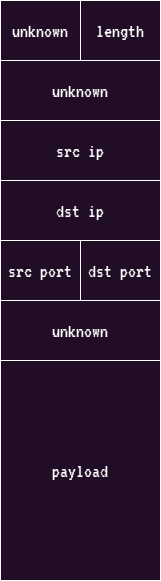
Earlier version of the draw.io export content/post/kernel_exploit_i/img/5.drawio.png (Kvn11/Kvn11.github.io). Source tidied: cells renumbered, new cells last; positions are measured from the earlier drawing's top-left corner, leaving out a move shared by most shapes.
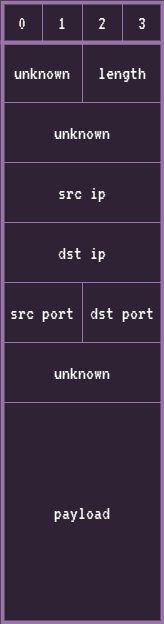
Above is the later version.

The edit, as a diff of the source:
```diff
@@ -2,32 +2,50 @@
   <root>
     <mxCell id="0" />
     <mxCell id="1" parent="0" />
-    <mxCell id="2" value="unknown" style="rounded=0;whiteSpace=wrap;html=1;fillColor=#FAE6FF;fontFamily=VT323;fontSource=https%3A%2F%2Ffonts.googleapis.com%2Fcss%3Ffamily%3DVT323;fontSize=20;" parent="1" vertex="1">
+    <mxCell id="2" value="unknown" style="rounded=0;whiteSpace=wrap;html=1;fillColor=#e1d5e7;fontFamily=VT323;fontSource=https%3A%2F%2Ffonts.googleapis.com%2Fcss%3Ffamily%3DVT323;fontSize=20;strokeColor=#9673a6;strokeWidth=1;" parent="1" vertex="1">
       <mxGeometry width="80" height="60" as="geometry" />
     </mxCell>
-    <mxCell id="3" value="unknown" style="rounded=0;whiteSpace=wrap;html=1;fillColor=#FAE6FF;fontSize=20;fontFamily=VT323;fontSource=https%3A%2F%2Ffonts.googleapis.com%2Fcss%3Ffamily%3DVT323;" parent="1" vertex="1">
+    <mxCell id="3" value="unknown" style="rounded=0;whiteSpace=wrap;html=1;fillColor=#e1d5e7;fontSize=20;fontFamily=VT323;fontSource=https%3A%2F%2Ffonts.googleapis.com%2Fcss%3Ffamily%3DVT323;strokeColor=#9673a6;strokeWidth=1;" parent="1" vertex="1">
       <mxGeometry y="60" width="160" height="60" as="geometry" />
     </mxCell>
-    <mxCell id="4" value="src ip" style="rounded=0;whiteSpace=wrap;html=1;fillColor=#FAE6FF;fontFamily=VT323;fontSource=https%3A%2F%2Ffonts.googleapis.com%2Fcss%3Ffamily%3DVT323;fontSize=20;" parent="1" vertex="1">
+    <mxCell id="4" value="src ip" style="rounded=0;whiteSpace=wrap;html=1;fillColor=#e1d5e7;fontFamily=VT323;fontSource=https%3A%2F%2Ffonts.googleapis.com%2Fcss%3Ffamily%3DVT323;fontSize=20;strokeColor=#9673a6;strokeWidth=1;" parent="1" vertex="1">
       <mxGeometry y="120" width="160" height="60" as="geometry" />
     </mxCell>
-    <mxCell id="5" value="dst ip" style="rounded=0;whiteSpace=wrap;html=1;fillColor=#FAE6FF;fontFamily=VT323;fontSource=https%3A%2F%2Ffonts.googleapis.com%2Fcss%3Ffamily%3DVT323;fontSize=20;" parent="1" vertex="1">
+    <mxCell id="5" value="dst ip" style="rounded=0;whiteSpace=wrap;html=1;fillColor=#e1d5e7;fontFamily=VT323;fontSource=https%3A%2F%2Ffonts.googleapis.com%2Fcss%3Ffamily%3DVT323;fontSize=20;strokeColor=#9673a6;strokeWidth=1;" parent="1" vertex="1">
       <mxGeometry y="180" width="160" height="60" as="geometry" />
     </mxCell>
-    <mxCell id="6" value="src port" style="rounded=0;whiteSpace=wrap;html=1;fillColor=#FAE6FF;fontFamily=VT323;fontSource=https%3A%2F%2Ffonts.googleapis.com%2Fcss%3Ffamily%3DVT323;fontSize=20;" parent="1" vertex="1">
+    <mxCell id="6" value="src port" style="rounded=0;whiteSpace=wrap;html=1;fillColor=#e1d5e7;fontFamily=VT323;fontSource=https%3A%2F%2Ffonts.googleapis.com%2Fcss%3Ffamily%3DVT323;fontSize=20;strokeColor=#9673a6;strokeWidth=1;" parent="1" vertex="1">
       <mxGeometry y="240" width="80" height="60" as="geometry" />
     </mxCell>
-    <mxCell id="7" value="dst port" style="rounded=0;whiteSpace=wrap;html=1;fillColor=#FAE6FF;fontFamily=VT323;fontSource=https%3A%2F%2Ffonts.googleapis.com%2Fcss%3Ffamily%3DVT323;fontSize=20;" parent="1" vertex="1">
+    <mxCell id="7" value="dst port" style="rounded=0;whiteSpace=wrap;html=1;fillColor=#e1d5e7;fontFamily=VT323;fontSource=https%3A%2F%2Ffonts.googleapis.com%2Fcss%3Ffamily%3DVT323;fontSize=20;strokeColor=#9673a6;strokeWidth=1;" parent="1" vertex="1">
       <mxGeometry x="80" y="240" width="80" height="60" as="geometry" />
     </mxCell>
-    <mxCell id="8" value="unknown" style="rounded=0;whiteSpace=wrap;html=1;fillColor=#FAE6FF;fontFamily=VT323;fontSource=https%3A%2F%2Ffonts.googleapis.com%2Fcss%3Ffamily%3DVT323;fontSize=20;" parent="1" vertex="1">
+    <mxCell id="8" value="unknown" style="rounded=0;whiteSpace=wrap;html=1;fillColor=#e1d5e7;fontFamily=VT323;fontSource=https%3A%2F%2Ffonts.googleapis.com%2Fcss%3Ffamily%3DVT323;fontSize=20;strokeColor=#9673a6;strokeWidth=1;" parent="1" vertex="1">
       <mxGeometry y="300" width="160" height="60" as="geometry" />
     </mxCell>
-    <mxCell id="9" value="payload" style="rounded=0;whiteSpace=wrap;html=1;fillColor=#FAE6FF;fontFamily=VT323;fontSource=https%3A%2F%2Ffonts.googleapis.com%2Fcss%3Ffamily%3DVT323;fontSize=20;" parent="1" vertex="1">
+    <mxCell id="9" value="payload" style="rounded=0;whiteSpace=wrap;html=1;fillColor=#e1d5e7;fontFamily=VT323;fontSource=https%3A%2F%2Ffonts.googleapis.com%2Fcss%3Ffamily%3DVT323;fontSize=20;strokeColor=#9673a6;strokeWidth=1;" parent="1" vertex="1">
       <mxGeometry y="360" width="160" height="220" as="geometry" />
     </mxCell>
-    <mxCell id="10" value="length" style="rounded=0;whiteSpace=wrap;html=1;fillColor=#FAE6FF;fontFamily=VT323;fontSource=https%3A%2F%2Ffonts.googleapis.com%2Fcss%3Ffamily%3DVT323;fontSize=20;" parent="1" vertex="1">
+    <mxCell id="10" value="length" style="rounded=0;whiteSpace=wrap;html=1;fillColor=#e1d5e7;fontFamily=VT323;fontSource=https%3A%2F%2Ffonts.googleapis.com%2Fcss%3Ffamily%3DVT323;fontSize=20;strokeColor=#9673a6;strokeWidth=1;perimeterSpacing=1;glass=0;shadow=0;" parent="1" vertex="1">
       <mxGeometry x="80" width="80" height="60" as="geometry" />
     </mxCell>
+    <mxCell id="11" style="rounded=0;whiteSpace=wrap;html=1;fillColor=none;strokeColor=#9673a6;strokeWidth=4;" parent="1" vertex="1">
+      <mxGeometry width="160" height="580" as="geometry" />
+    </mxCell>
+    <mxCell id="12" value="&lt;font face=&quot;VT323&quot; style=&quot;font-size: 20px;&quot;&gt;0&lt;/font&gt;" style="rounded=0;whiteSpace=wrap;html=1;fillColor=#e1d5e7;strokeColor=#9673a6;" parent="1" vertex="1">
+      <mxGeometry y="-40" width="40" height="40" as="geometry" />
+    </mxCell>
+    <mxCell id="13" value="&lt;font style=&quot;font-size: 20px;&quot; face=&quot;VT323&quot;&gt;1&lt;/font&gt;" style="rounded=0;whiteSpace=wrap;html=1;fillColor=#e1d5e7;strokeColor=#9673a6;" parent="1" vertex="1">
+      <mxGeometry x="40" y="-40" width="40" height="40" as="geometry" />
+    </mxCell>
+    <mxCell id="14" value="&lt;font style=&quot;font-size: 20px;&quot; face=&quot;VT323&quot;&gt;2&lt;/font&gt;" style="rounded=0;whiteSpace=wrap;html=1;fillColor=#e1d5e7;strokeColor=#9673a6;" parent="1" vertex="1">
+      <mxGeometry x="80" y="-40" width="40" height="40" as="geometry" />
+    </mxCell>
+    <mxCell id="15" value="&lt;font style=&quot;font-size: 20px;&quot; face=&quot;VT323&quot;&gt;3&lt;/font&gt;" style="rounded=0;whiteSpace=wrap;html=1;fillColor=#e1d5e7;strokeColor=#9673a6;" parent="1" vertex="1">
+      <mxGeometry x="120" y="-40" width="40" height="40" as="geometry" />
+    </mxCell>
+    <mxCell id="16" style="rounded=0;whiteSpace=wrap;html=1;fillColor=none;strokeColor=#9673a6;strokeWidth=4;" parent="1" vertex="1">
+      <mxGeometry y="-40" width="160" height="40" as="geometry" />
+    </mxCell>
   </root>
 </mxGraphModel>
```
